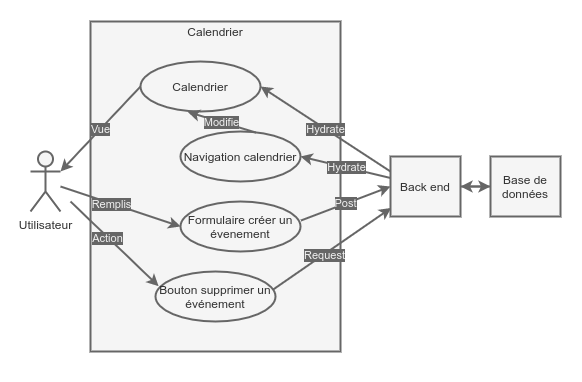
Earlier version of the draw.io export calendrier-usage.drawio.png (TanguyLunais-Robin/TestTest2020). Source tidied: cells renumbered, new cells last; positions are measured from the earlier drawing's top-left corner, leaving out a move shared by most shapes.
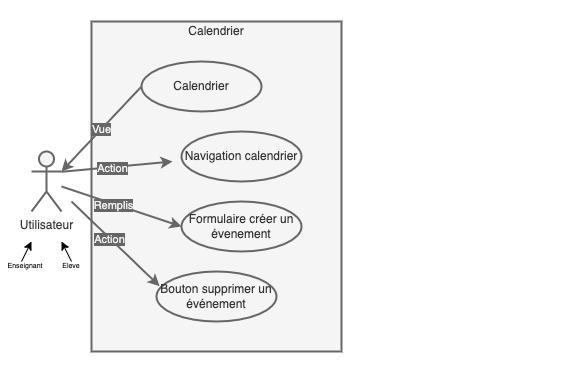
The same diagram one commit later.

Change to the diagram source:
```diff
@@ -23,39 +23,15 @@
     <mxCell id="8" value="Calendrier" style="text;html=1;align=center;verticalAlign=middle;whiteSpace=wrap;rounded=0;strokeWidth=2;fontColor=#333333;" parent="1" vertex="1">
       <mxGeometry x="150" y="20" width="130" height="20" as="geometry" />
     </mxCell>
-    <mxCell id="9" value="Hydrate" style="edgeStyle=none;rounded=0;jettySize=auto;html=1;strokeWidth=2;fillColor=#f5f5f5;strokeColor=#666666;entryX=1;entryY=0.5;entryDx=0;entryDy=0;exitX=0;exitY=0.25;exitDx=0;exitDy=0;labelBackgroundColor=#666666;fontColor=#F0F0F0;" parent="1" edge="1" source="16" target="10">
-      <mxGeometry relative="1" as="geometry" />
-    </mxCell>
     <mxCell id="10" value="Calendrier" style="ellipse;whiteSpace=wrap;html=1;strokeWidth=2;fillColor=#f5f5f5;strokeColor=#666666;fontColor=#333333;" parent="1" vertex="1">
       <mxGeometry x="140" y="60" width="120" height="50" as="geometry" />
     </mxCell>
-    <mxCell id="11" value="Hydrate" style="edgeStyle=none;rounded=0;jettySize=auto;html=1;exitX=0.021;exitY=0.364;exitDx=0;exitDy=0;strokeWidth=2;fillColor=#f5f5f5;strokeColor=#666666;entryX=1;entryY=0.5;entryDx=0;entryDy=0;exitPerimeter=0;labelBackgroundColor=#666666;fontColor=#F0F0F0;" parent="1" edge="1" source="16" target="12">
-      <mxGeometry relative="1" as="geometry" />
-    </mxCell>
     <mxCell id="12" value="Navigation calendrier" style="ellipse;whiteSpace=wrap;html=1;strokeWidth=2;fillColor=#f5f5f5;strokeColor=#666666;fontColor=#333333;" parent="1" vertex="1">
       <mxGeometry x="180" y="130" width="120" height="50" as="geometry" />
     </mxCell>
-    <mxCell id="13" value="Post" style="edgeStyle=none;rounded=0;jettySize=auto;html=1;strokeWidth=2;fillColor=#f5f5f5;strokeColor=#666666;entryX=0;entryY=0.5;entryDx=0;entryDy=0;labelBackgroundColor=#666666;exitX=1.004;exitY=0.38;exitDx=0;exitDy=0;exitPerimeter=0;fontColor=#F0F0F0;" parent="1" edge="1" source="14" target="16">
-      <mxGeometry relative="1" as="geometry" />
-    </mxCell>
     <mxCell id="14" value="Formulaire créer un évenement" style="ellipse;whiteSpace=wrap;html=1;strokeWidth=2;fillColor=#f5f5f5;strokeColor=#666666;fontColor=#333333;" parent="1" vertex="1">
       <mxGeometry x="180" y="200" width="120" height="50" as="geometry" />
     </mxCell>
-    <mxCell id="15" style="edgeStyle=none;rounded=0;jettySize=auto;html=1;entryX=0;entryY=0.5;entryDx=0;entryDy=0;strokeWidth=2;fillColor=#f5f5f5;strokeColor=#666666;" parent="1" edge="1" source="16" target="18">
-      <mxGeometry relative="1" as="geometry" />
-    </mxCell>
-    <mxCell id="16" value="Back end" style="rounded=0;whiteSpace=wrap;html=1;strokeWidth=2;fillColor=#f5f5f5;strokeColor=#666666;fontColor=#333333;" parent="1" vertex="1">
-      <mxGeometry x="390" y="155" width="70" height="60" as="geometry" />
-    </mxCell>
-    <mxCell id="17" style="edgeStyle=none;rounded=0;jettySize=auto;html=1;entryX=1;entryY=0.5;entryDx=0;entryDy=0;strokeWidth=2;fillColor=#f5f5f5;strokeColor=#666666;" parent="1" edge="1" source="18" target="16">
-      <mxGeometry relative="1" as="geometry" />
-    </mxCell>
-    <mxCell id="18" value="Base de données" style="rounded=0;whiteSpace=wrap;html=1;strokeWidth=2;fillColor=#f5f5f5;strokeColor=#666666;fontColor=#333333;" parent="1" vertex="1">
-      <mxGeometry x="490" y="155" width="70" height="60" as="geometry" />
-    </mxCell>
-    <mxCell id="19" value="Modifie" style="rounded=0;jettySize=auto;html=1;strokeWidth=2;fillColor=#f5f5f5;strokeColor=#666666;exitX=0.627;exitY=0.02;exitDx=0;exitDy=0;entryX=0.394;entryY=1.009;entryDx=0;entryDy=0;labelBackgroundColor=#666666;exitPerimeter=0;entryPerimeter=0;fontColor=#F0F0F0;" parent="1" edge="1" source="12" target="10">
-      <mxGeometry relative="1" as="geometry" />
-    </mxCell>
     <mxCell id="20" value="Bouton supprimer un événement" style="ellipse;whiteSpace=wrap;html=1;strokeWidth=2;fillColor=#f5f5f5;strokeColor=#666666;fontColor=#333333;" parent="1" vertex="1">
       <mxGeometry x="155" y="270" width="120" height="50" as="geometry" />
     </mxCell>
@@ -67,11 +43,34 @@
     <mxCell id="22" value="Action" style="edgeLabel;html=1;align=center;verticalAlign=middle;labelBackgroundColor=#666666;fontColor=#F0F0F0;" parent="21" vertex="1">
       <mxGeometry x="-0.14" y="-1" relative="1" as="geometry" />
     </mxCell>
-    <mxCell id="23" style="rounded=0;jettySize=auto;html=1;strokeWidth=2;fillColor=#f5f5f5;strokeColor=#666666;entryX=0.01;entryY=0.857;entryDx=0;entryDy=0;entryPerimeter=0;exitX=0.979;exitY=0.363;exitDx=0;exitDy=0;exitPerimeter=0;" parent="1" edge="1" source="20" target="16">
-      <mxGeometry relative="1" as="geometry" />
-    </mxCell>
-    <mxCell id="24" value="Request" style="edgeLabel;html=1;align=center;verticalAlign=middle;labelBackgroundColor=#666666;fontColor=#F0F0F0;" parent="23" vertex="1">
-      <mxGeometry x="-0.14" y="-1" relative="1" as="geometry" />
-    </mxCell>
+    <mxCell id="25" value="Enseignant&amp;nbsp;" style="text;html=1;strokeColor=none;fillColor=none;align=center;verticalAlign=middle;whiteSpace=wrap;rounded=0;fontSize=7;" parent="1" vertex="1">
+      <mxGeometry x="10" y="260" width="30" height="10" as="geometry" />
+    </mxCell>
+    <mxCell id="26" style="endArrow=classic;html=1;rounded=0;fontSize=7;" parent="1" edge="1">
+      <mxGeometry relative="1" as="geometry">
+        <mxPoint x="20" y="260" as="sourcePoint" />
+        <mxPoint x="30" y="240" as="targetPoint" />
+      </mxGeometry>
+    </mxCell>
+    <mxCell id="27" value="Eleve" style="text;html=1;strokeColor=none;fillColor=none;align=center;verticalAlign=middle;whiteSpace=wrap;rounded=0;fontSize=7;" parent="1" vertex="1">
+      <mxGeometry x="40" y="250" width="60" height="30" as="geometry" />
+    </mxCell>
+    <mxCell id="28" style="endArrow=classic;html=1;rounded=0;fontSize=7;" parent="1" edge="1">
+      <mxGeometry relative="1" as="geometry">
+        <mxPoint x="70" y="260" as="sourcePoint" />
+        <mxPoint x="60" y="240" as="targetPoint" />
+      </mxGeometry>
+    </mxCell>
+    <mxCell id="29" style="rounded=0;orthogonalLoop=1;jettySize=auto;html=1;strokeWidth=2;fillColor=#f5f5f5;strokeColor=#666666;" parent="1" edge="1">
+      <mxGeometry relative="1" as="geometry">
+        <mxPoint x="60" y="170.3" as="sourcePoint" />
+        <mxPoint x="171" y="160" as="targetPoint" />
+      </mxGeometry>
+    </mxCell>
+    <mxCell id="30" value="Action" style="edgeLabel;html=1;align=center;verticalAlign=middle;labelBackgroundColor=#666666;fontColor=#F0F0F0;" parent="29" vertex="1">
+      <mxGeometry x="-0.14" y="-1" relative="1" as="geometry">
+        <mxPoint x="3" as="offset" />
+      </mxGeometry>
+    </mxCell>
   </root>
 </mxGraphModel>
```
